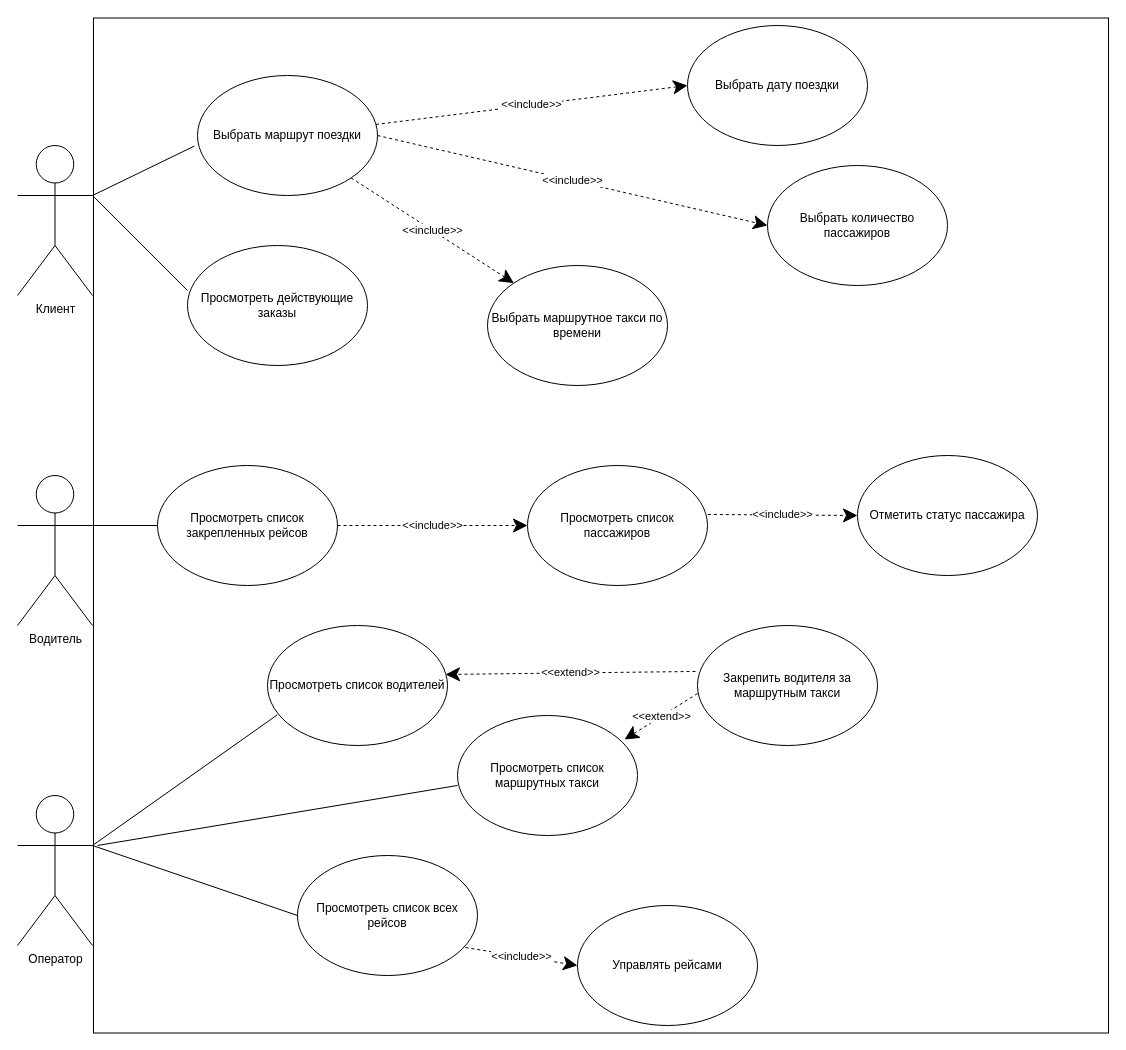
D1le1/Route-Ordering-App keeps this draw.io diagram as PrintMaterial/Use Case.drawio. Above is the earlier version. Source tidied: cells renumbered, new cells numbered last; positions are measured from the earlier drawing's top-left corner, leaving out a move shared by most shapes. Both pictures are drawn from the tidied source at 100%, with x=0, y=0 at pixel (17, 17).
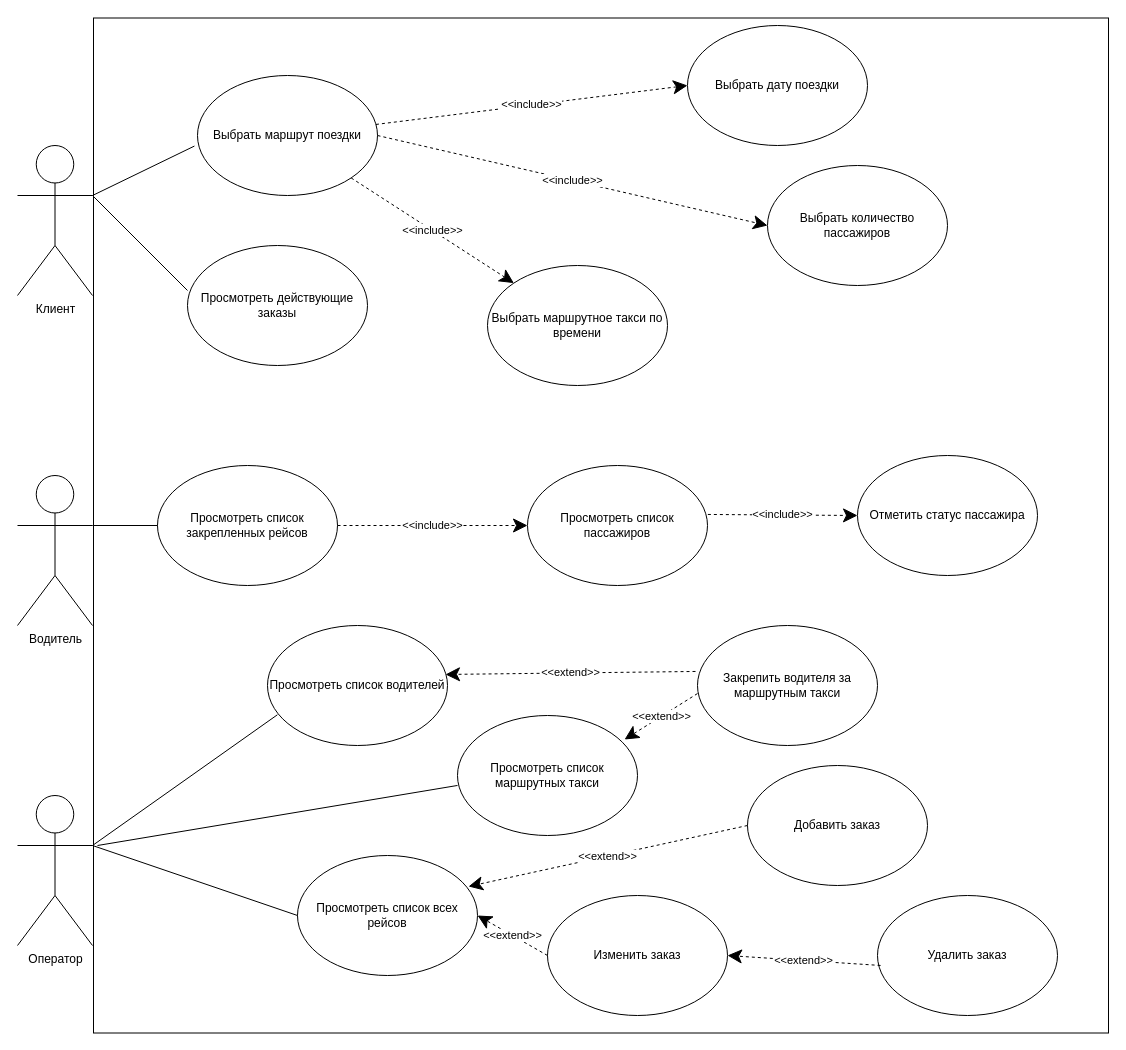
After the change.

Unchanged cells that the change refers to:
```xml
<mxCell id="23" value="Просмотреть список всех рейсов" style="ellipse;whiteSpace=wrap;html=1;" parent="1" vertex="1">
  <mxGeometry x="280" y="838" width="180" height="120" as="geometry" />
</mxCell>
```

Change to the diagram source:
```diff
@@
+    <mxCell id="32" style="whiteSpace=wrap;html=1;fillColor=none;" parent="1" vertex="1">
+      <mxGeometry x="76" y="0.5" width="1015" height="1015" as="geometry" />
+    </mxCell>
@@
-    <mxCell id="30" value="Управлять рейсами" style="ellipse;whiteSpace=wrap;html=1;" parent="1" vertex="1">
-      <mxGeometry x="560" y="888" width="180" height="120" as="geometry" />
+    <mxCell id="30" value="Добавить заказ" style="ellipse;whiteSpace=wrap;html=1;" parent="1" vertex="1">
+      <mxGeometry x="730" y="748" width="180" height="120" as="geometry" />
     </mxCell>
-    <mxCell id="31" value="&amp;lt;&amp;lt;include&amp;gt;&amp;gt;" style="endArrow=classic;endSize=12;dashed=1;html=1;rounded=0;entryX=0;entryY=0.5;entryDx=0;entryDy=0;exitX=0.933;exitY=0.767;exitDx=0;exitDy=0;endFill=1;exitPerimeter=0;" parent="1" edge="1" source="23" target="30">
-      <mxGeometry relative="1" as="geometry" />
-    </mxCell>
-    <mxCell id="32" style="whiteSpace=wrap;html=1;fillColor=none;" parent="1" vertex="1">
-      <mxGeometry x="76" y="0.5" width="1015" height="1015" as="geometry" />
-    </mxCell>
+    <mxCell id="33" value="Удалить заказ" style="ellipse;whiteSpace=wrap;html=1;" parent="1" vertex="1">
+      <mxGeometry x="860" y="878" width="180" height="120" as="geometry" />
+    </mxCell>
+    <mxCell id="34" value="Изменить заказ" style="ellipse;whiteSpace=wrap;html=1;" parent="1" vertex="1">
+      <mxGeometry x="530" y="878" width="180" height="120" as="geometry" />
+    </mxCell>
+    <mxCell id="35" value="&amp;lt;&amp;lt;extend&amp;gt;&amp;gt;" style="endArrow=classic;endSize=12;dashed=1;html=1;rounded=0;exitX=0;exitY=0.5;exitDx=0;exitDy=0;endFill=1;entryX=1;entryY=0.5;entryDx=0;entryDy=0;" parent="1" edge="1" source="34" target="23">
+      <mxGeometry relative="1" as="geometry" />
+    </mxCell>
+    <mxCell id="36" value="&amp;lt;&amp;lt;extend&amp;gt;&amp;gt;" style="endArrow=classic;endSize=12;dashed=1;html=1;rounded=0;exitX=0;exitY=0.5;exitDx=0;exitDy=0;endFill=1;entryX=0.95;entryY=0.258;entryDx=0;entryDy=0;entryPerimeter=0;" parent="1" edge="1" source="30" target="23">
+      <mxGeometry relative="1" as="geometry" />
+    </mxCell>
+    <mxCell id="37" value="&amp;lt;&amp;lt;extend&amp;gt;&amp;gt;" style="endArrow=classic;endSize=12;dashed=1;html=1;rounded=0;exitX=0.017;exitY=0.583;exitDx=0;exitDy=0;endFill=1;entryX=1;entryY=0.5;entryDx=0;entryDy=0;exitPerimeter=0;" parent="1" edge="1" source="33" target="34">
+      <mxGeometry relative="1" as="geometry" />
+    </mxCell>
```
